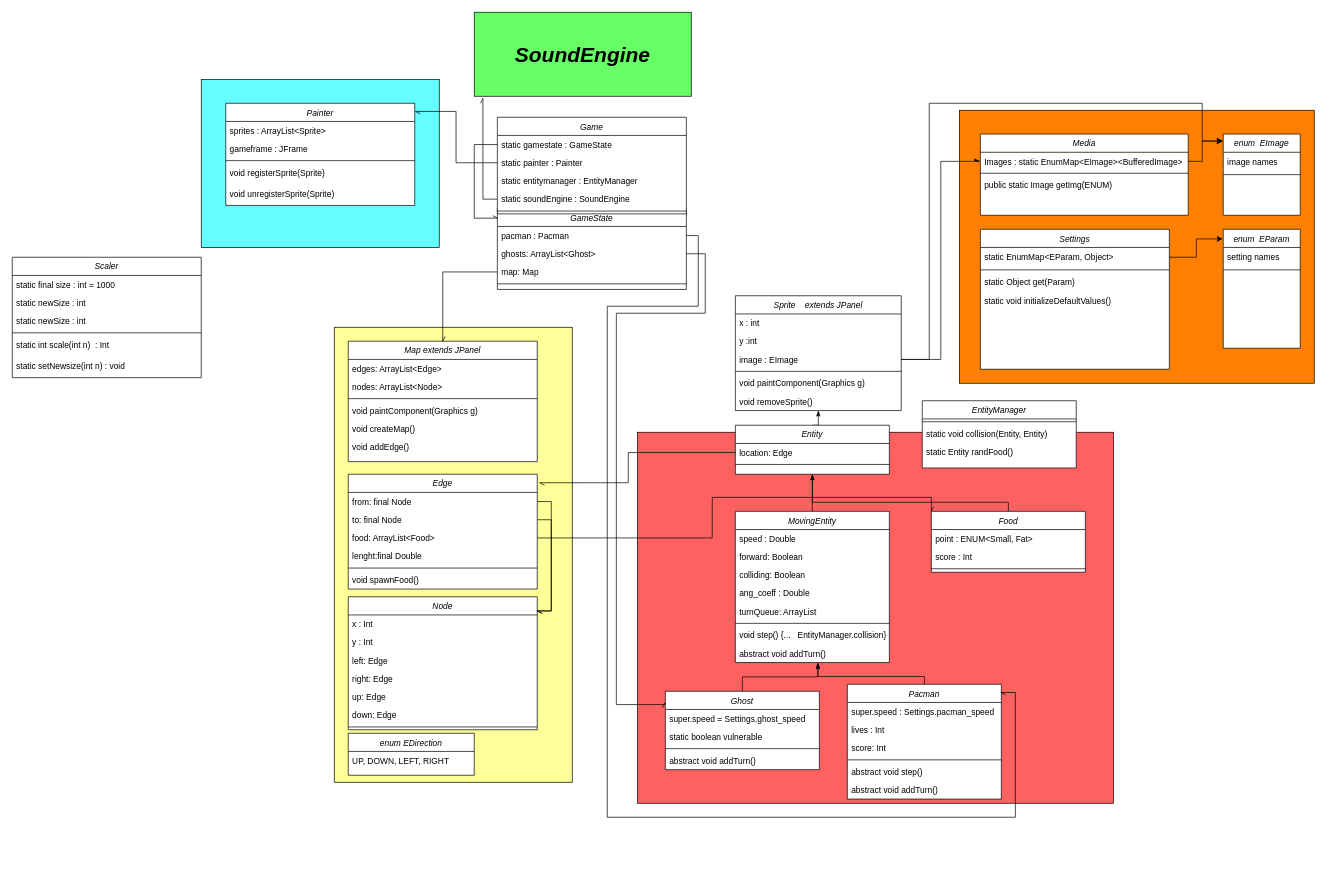
Above: ClassDiagram.drawio in cerfedino/SwingPacman (draw.io), before the change. Source tidied: cells renumbered, new cells numbered last; positions are measured from the earlier drawing's top-left corner, leaving out a move shared by most shapes. Both pictures are drawn from the tidied source at 70%, with x=0, y=0 at pixel (12, 12).
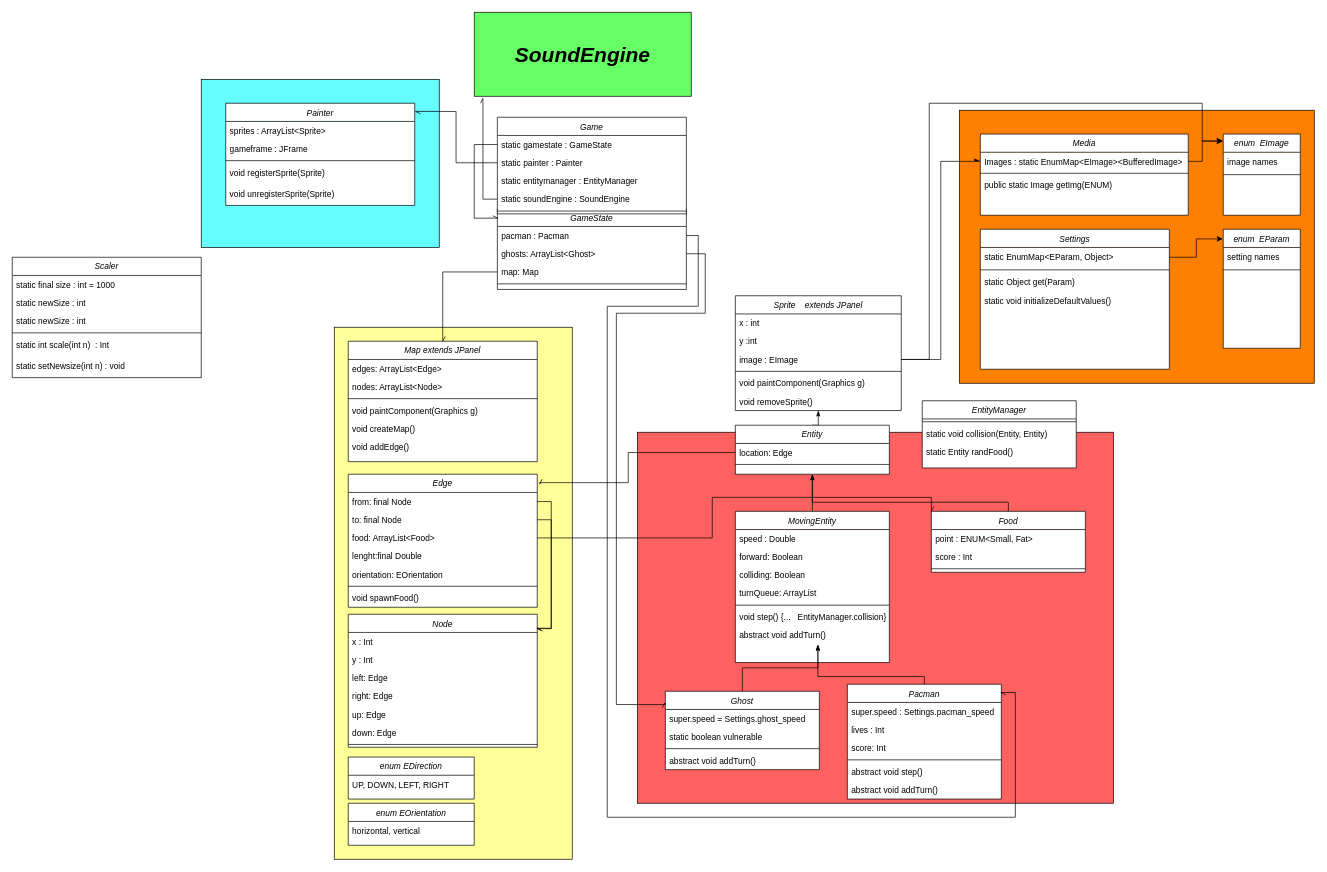
Above is the later version.

Commit message (it also covers changes not shown here):
Added EOrientation and improved the maps' painting method

The change refers to these unchanged cells:
```xml
<mxCell id="18" value="MovingEntity" style="swimlane;fontStyle=2;align=center;verticalAlign=top;horizontal=1;startSize=26;rounded=0;shadow=0;strokeWidth=1;fillColor=#FFFFFF;swimlaneFillColor=#ffffff;" parent="1" vertex="1">
  <mxGeometry x="1033" y="713" width="220" height="216" as="geometry" />
</mxCell>
```

The edit, as a diff of the source:
```diff
@@
     <mxCell id="4" style="rounded=0;whiteSpace=wrap;html=1;fillColor=#FFFF99;" parent="1" vertex="1">
-      <mxGeometry x="460" y="450" width="340" height="650" as="geometry" />
+      <mxGeometry x="460" y="450" width="340" height="760" as="geometry" />
     </mxCell>
@@
-    <mxCell id="22" value="ang_coeff : Double" style="text;align=left;verticalAlign=top;spacingLeft=4;spacingRight=4;overflow=hidden;" parent="18" vertex="1">
-      <mxGeometry y="104" width="220" height="26" as="geometry" />
-    </mxCell>
     <mxCell id="23" value="turnQueue: ArrayList" style="text;align=left;verticalAlign=top;spacingLeft=4;spacingRight=4;overflow=hidden;" parent="18" vertex="1">
-      <mxGeometry y="130" width="220" height="26" as="geometry" />
+      <mxGeometry y="104" width="220" height="26" as="geometry" />
     </mxCell>
     <mxCell id="24" style="line;html=1;strokeWidth=1;align=left;verticalAlign=middle;spacingTop=-1;spacingLeft=3;spacingRight=3;labelPosition=right;" parent="18" vertex="1">
-      <mxGeometry y="156" width="220" height="8" as="geometry" />
+      <mxGeometry y="130" width="220" height="8" as="geometry" />
     </mxCell>
     <mxCell id="25" value="void step() {...   EntityManager.collision}" style="text;align=left;verticalAlign=top;spacingLeft=4;spacingRight=4;overflow=hidden;rounded=0;shadow=0;html=0;" parent="18" vertex="1">
-      <mxGeometry y="164" width="220" height="26" as="geometry" />
+      <mxGeometry y="138" width="220" height="26" as="geometry" />
     </mxCell>
     <mxCell id="26" value="abstract void addTurn()" style="text;align=left;verticalAlign=top;spacingLeft=4;spacingRight=4;overflow=hidden;points=[[0,0.5],[1,0.5]];portConstraint=eastwest;rounded=0;shadow=0;html=0;" parent="18" vertex="1">
-      <mxGeometry y="190" width="220" height="26" as="geometry" />
+      <mxGeometry y="164" width="220" height="26" as="geometry" />
     </mxCell>
@@
     <mxCell id="71" value="Edge" style="swimlane;fontStyle=2;align=center;verticalAlign=top;horizontal=1;startSize=26;rounded=0;shadow=0;strokeWidth=1;swimlaneFillColor=#ffffff;" parent="1" vertex="1">
-      <mxGeometry x="480" y="660" width="270" height="164" as="geometry" />
+      <mxGeometry x="480" y="660" width="270" height="190" as="geometry" />
     </mxCell>
@@
+    <mxCell id="129" value="orientation: EOrientation" style="text;align=left;verticalAlign=top;spacingLeft=4;spacingRight=4;overflow=hidden;" parent="71" vertex="1">
+      <mxGeometry y="130" width="270" height="26" as="geometry" />
+    </mxCell>
     <mxCell id="76" style="line;html=1;strokeWidth=1;align=left;verticalAlign=middle;spacingTop=-1;spacingLeft=3;spacingRight=3;labelPosition=right;" parent="71" vertex="1">
-      <mxGeometry y="130" width="270" height="8" as="geometry" />
+      <mxGeometry y="156" width="270" height="8" as="geometry" />
     </mxCell>
     <mxCell id="77" value="void spawnFood()" style="text;align=left;verticalAlign=top;spacingLeft=4;spacingRight=4;overflow=hidden;" parent="71" vertex="1">
-      <mxGeometry y="138" width="270" height="26" as="geometry" />
+      <mxGeometry y="164" width="270" height="26" as="geometry" />
     </mxCell>
     <mxCell id="78" value="Node" style="swimlane;fontStyle=2;align=center;verticalAlign=top;horizontal=1;startSize=26;rounded=0;shadow=0;strokeWidth=1;swimlaneFillColor=#ffffff;" parent="1" vertex="1">
-      <mxGeometry x="480" y="835" width="270" height="190" as="geometry" />
+      <mxGeometry x="480" y="860" width="270" height="190" as="geometry" />
     </mxCell>
@@
     <mxCell id="127" value="enum EDirection" style="swimlane;fontStyle=2;align=center;verticalAlign=top;horizontal=1;startSize=26;rounded=0;shadow=0;strokeWidth=1;swimlaneFillColor=#ffffff;" parent="1" vertex="1">
-      <mxGeometry x="480" y="1030" width="180" height="60" as="geometry" />
+      <mxGeometry x="480" y="1064" width="180" height="60" as="geometry" />
     </mxCell>
@@
+    <mxCell id="130" value="enum EOrientation" style="swimlane;fontStyle=2;align=center;verticalAlign=top;horizontal=1;startSize=26;rounded=0;shadow=0;strokeWidth=1;swimlaneFillColor=#ffffff;" parent="1" vertex="1">
+      <mxGeometry x="480" y="1130" width="180" height="60" as="geometry" />
+    </mxCell>
+    <mxCell id="131" value="horizontal, vertical" style="text;align=left;verticalAlign=top;spacingLeft=4;spacingRight=4;overflow=hidden;" parent="130" vertex="1">
+      <mxGeometry y="26" width="180" height="26" as="geometry" />
+    </mxCell>
```
